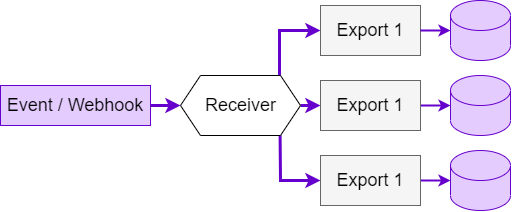
This is integrate/data-streams/push_data.drawio.png from keboola/developers-docs, a draw.io export, as it was before one commit. Source tidied: cells renumbered, new cells last; positions are measured from the earlier drawing's top-left corner, leaving out a move shared by most shapes.
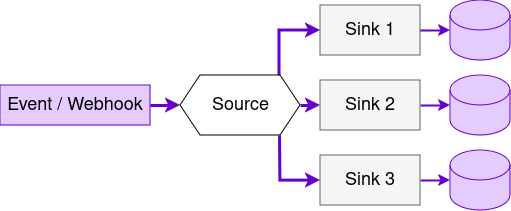
Later version of the same file.

Change to the diagram source:
```diff
@@ -33,10 +33,10 @@
         <mxPoint x="180" y="105" as="targetPoint" />
       </mxGeometry>
     </mxCell>
-    <mxCell id="9" value="Export 1" style="text;html=1;strokeColor=none;fillColor=none;align=center;verticalAlign=middle;whiteSpace=wrap;rounded=0;fontSize=18;fontColor=#000000;" parent="1" vertex="1">
+    <mxCell id="9" value="Sink 1" style="text;html=1;strokeColor=none;fillColor=none;align=center;verticalAlign=middle;whiteSpace=wrap;rounded=0;fontSize=18;fontColor=#000000;" parent="1" vertex="1">
       <mxGeometry x="330" y="15" width="80" height="30" as="geometry" />
     </mxCell>
-    <mxCell id="10" value="Receiver" style="text;html=1;strokeColor=none;fillColor=none;align=center;verticalAlign=middle;whiteSpace=wrap;rounded=0;fontSize=18;fontColor=#000000;" parent="1" vertex="1">
+    <mxCell id="10" value="Source" style="text;html=1;strokeColor=none;fillColor=none;align=center;verticalAlign=middle;whiteSpace=wrap;rounded=0;fontSize=18;fontColor=#000000;" parent="1" vertex="1">
       <mxGeometry x="197.5" y="90" width="85" height="30" as="geometry" />
     </mxCell>
     <mxCell id="11" style="shape=cylinder3;whiteSpace=wrap;html=1;boundedLbl=1;backgroundOutline=1;size=15;strokeColor=#6600CC;fillColor=#E5CCFF;" parent="1" vertex="1">
@@ -64,13 +64,13 @@
     <mxCell id="17" style="rounded=0;whiteSpace=wrap;html=1;strokeColor=#666666;fillColor=#f5f5f5;fontColor=#333333;" parent="1" vertex="1">
       <mxGeometry x="320" y="80" width="100" height="50" as="geometry" />
     </mxCell>
-    <mxCell id="18" value="Export 1" style="text;html=1;strokeColor=none;fillColor=none;align=center;verticalAlign=middle;whiteSpace=wrap;rounded=0;fontSize=18;fontColor=#000000;" parent="1" vertex="1">
+    <mxCell id="18" value="Sink 2" style="text;html=1;strokeColor=none;fillColor=none;align=center;verticalAlign=middle;whiteSpace=wrap;rounded=0;fontSize=18;fontColor=#000000;" parent="1" vertex="1">
       <mxGeometry x="330" y="90" width="80" height="30" as="geometry" />
     </mxCell>
     <mxCell id="19" style="rounded=0;whiteSpace=wrap;html=1;strokeColor=#666666;fillColor=#f5f5f5;fontColor=#333333;" parent="1" vertex="1">
       <mxGeometry x="320" y="155" width="100" height="50" as="geometry" />
     </mxCell>
-    <mxCell id="20" value="Export 1" style="text;html=1;strokeColor=none;fillColor=none;align=center;verticalAlign=middle;whiteSpace=wrap;rounded=0;fontSize=18;fontColor=#000000;" parent="1" vertex="1">
+    <mxCell id="20" value="Sink 3" style="text;html=1;strokeColor=none;fillColor=none;align=center;verticalAlign=middle;whiteSpace=wrap;rounded=0;fontSize=18;fontColor=#000000;" parent="1" vertex="1">
       <mxGeometry x="330" y="165" width="80" height="30" as="geometry" />
     </mxCell>
   </root>
```
